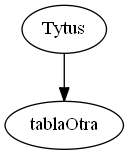
Earlier version of the Graphviz export grafo.png (EdilsonJimenez/compi2-proyecto). Its source is kept beside it as Grafo.dot. The source it was exported from:
```dot
digraph G{
rankdir = TB;
Node0[label="Tytus"]
Node1[label="tablaOtra"]
Node0->Node1;
}
```
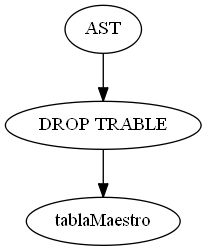
The same file after the commit.

Change to the diagram source:
```diff
@@ -1,6 +1,8 @@
 digraph G{
 rankdir = TB;
-Node0[label="Tytus"]
-Node1[label="tablaOtra"]
+Node0[label="AST"]
+Node1[label="DROP TRABLE"]
 Node0->Node1;
+Node2[label="tablaMaestro"]
+Node1->Node2;
 }
```
